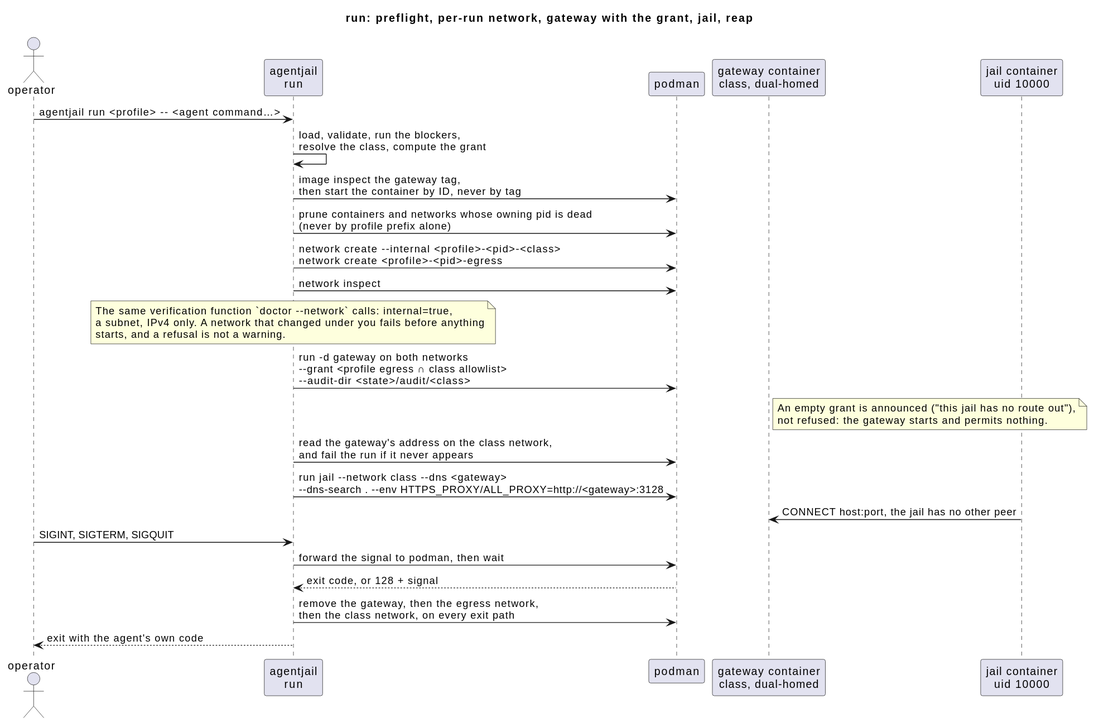
The PlantUML diagram docs/diagrams/run-lifecycle.svg in Breinich/agentjail, before a commit.
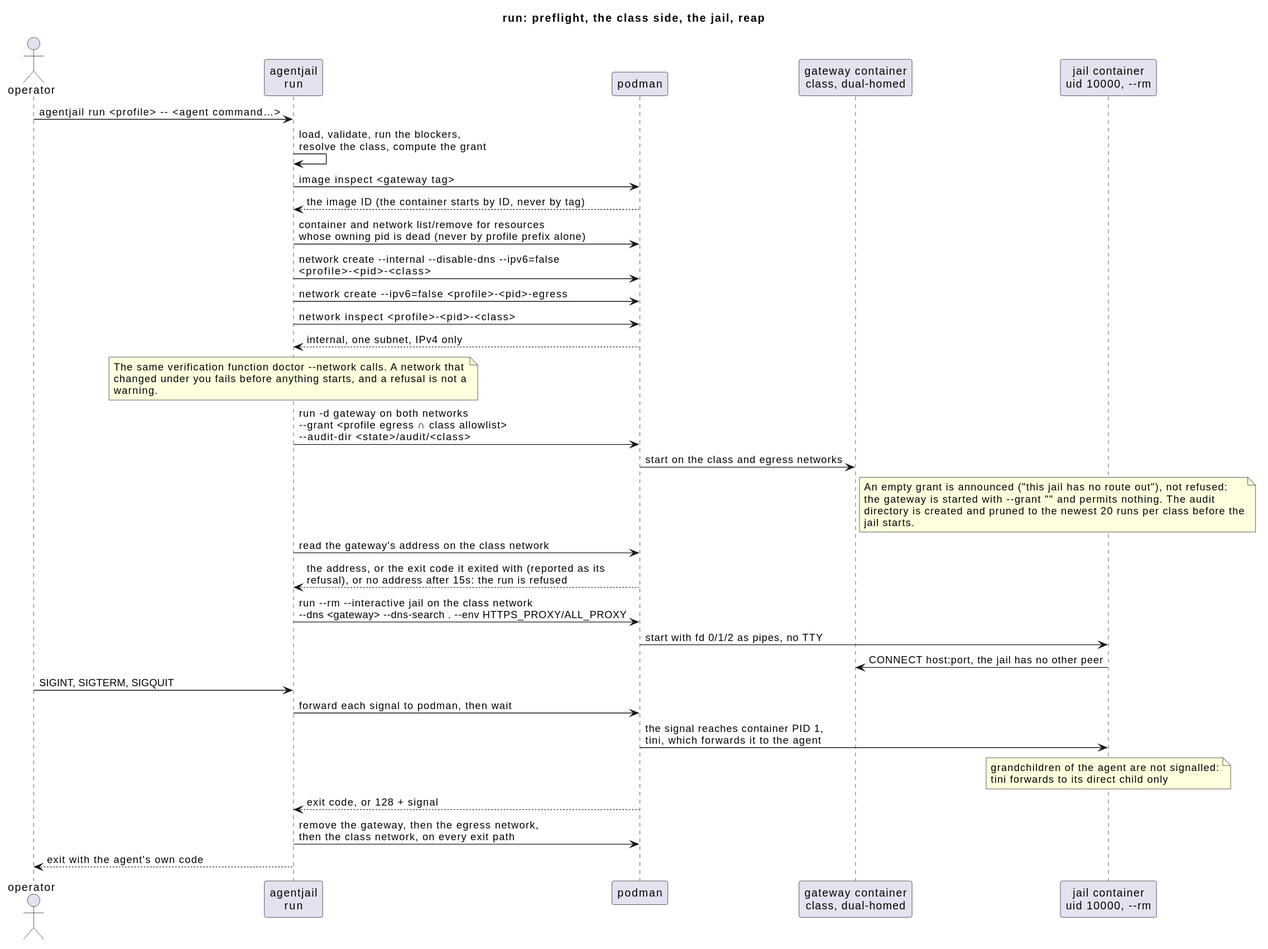
Above is the later version.

Diff of the diagram source:
```diff
@@ -1,33 +1,43 @@
 @startuml
-title run: preflight, per-run network, gateway with the grant, jail, reap
+title run: preflight, the class side, the jail, reap
 
 actor "operator" as H
 participant "agentjail\nrun" as C
 participant "podman" as P
 participant "gateway container\nclass, dual-homed" as G
-participant "jail container\nuid 10000" as J
+participant "jail container\nuid 10000, --rm" as J
 
 H -> C : agentjail run <profile> &#45;&#45; <agent command…>
 C -> C : load, validate, run the blockers,\nresolve the class, compute the grant
-C -> P : image inspect the gateway tag,\nthen start the container by ID, never by tag
-C -> P : prune containers and networks whose owning pid is dead\n(never by profile prefix alone)
-C -> P : network create &#45;&#45;internal <profile>-<pid>-<class>\nnetwork create <profile>-<pid>-egress
-C -> P : network inspect
+C -> P : image inspect <gateway tag>
+P --> C : the image ID (the container starts by ID, never by tag)
+C -> P : container and network list/remove for resources\nwhose owning pid is dead (never by profile prefix alone)
+C -> P : network create &#45;&#45;internal &#45;&#45;disable-dns &#45;&#45;ipv6=false\n<profile>-<pid>-<class>
+C -> P : network create &#45;&#45;ipv6=false <profile>-<pid>-egress
+C -> P : network inspect <profile>-<pid>-<class>
+P --> C : internal, one subnet, IPv4 only
 note over C
-  The same verification function `doctor &#45;&#45;network` calls: internal=true,
-  a subnet, IPv4 only. A network that changed under you fails before anything
-  starts, and a refusal is not a warning.
+  The same verification function doctor &#45;&#45;network calls. A network that
+  changed under you fails before anything starts, and a refusal is not a
+  warning.
 end note
 C -> P : run -d gateway on both networks\n&#45;&#45;grant <profile egress ∩ class allowlist>\n&#45;&#45;audit-dir <state>/audit/<class>
+P -> G : start on the class and egress networks
 note right of G
-  An empty grant is announced ("this jail has no route out"),
-  not refused: the gateway starts and permits nothing.
+  An empty grant is announced ("this jail has no route out"), not refused:
+  the gateway is started with --grant "" and permits nothing. The audit
+  directory is created and pruned to the newest 20 runs per class before the
+  jail starts.
 end note
-C -> P : read the gateway's address on the class network,\nand fail the run if it never appears
-C -> P : run jail &#45;&#45;network class &#45;&#45;dns <gateway>\n&#45;&#45;dns-search . &#45;&#45;env HTTPS_PROXY/ALL_PROXY=http://<gateway>:3128
+C -> P : read the gateway's address on the class network
+P --> C : the address, or the exit code it exited with (reported as its\nrefusal), or no address after 15s: the run is refused
+C -> P : run &#45;&#45;rm &#45;&#45;interactive jail on the class network\n&#45;&#45;dns <gateway> &#45;&#45;dns-search . &#45;&#45;env HTTPS_PROXY/ALL_PROXY
+P -> J : start with fd 0/1/2 as pipes, no TTY
 J -> G : CONNECT host:port, the jail has no other peer
 H -> C : SIGINT, SIGTERM, SIGQUIT
-C -> P : forward the signal to podman, then wait
+C -> P : forward each signal to podman, then wait
+P -> J : the signal reaches container PID 1,\ntini, which forwards it to the agent
+note over J : grandchildren of the agent are not signalled:\ntini forwards to its direct child only
 P --> C : exit code, or 128 + signal
 C -> P : remove the gateway, then the egress network,\nthen the class network, on every exit path
 C --> H : exit with the agent's own code
```
